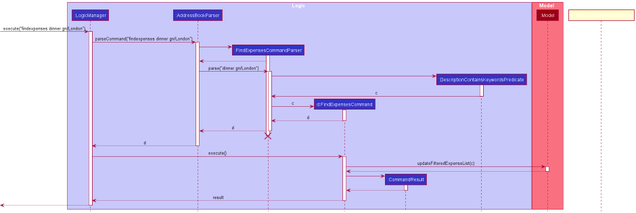
Before: docs/images/FindExpensesSequenceDiagram.png, a diagram exported from PlantUML (ramapriyan912001/tp). Its diagram source:
```plantuml
@startuml
!include style.puml

box Logic LOGIC_COLOR_T1
participant ":LogicManager" as LogicManager LOGIC_COLOR
participant ":AddressBookParser" as AddressBookParser LOGIC_COLOR
participant ":FindExpensesCommandParser" as FindExpensesCommandParser LOGIC_COLOR
participant "d:FindExpensesCommand" as FindExpensesCommand LOGIC_COLOR
participant ":CommandResult" as CommandResult LOGIC_COLOR
participant ":DescriptionContainsKeywordsPredicate" as DescriptionContainsKeywordsPredicate LOGIC_COLOR
end box

box Model MODEL_COLOR_T1
participant ":Model" as Model MODEL_COLOR
end box

[-> LogicManager : execute("findexpenses dinner gn/London")
activate LogicManager

LogicManager -> AddressBookParser : parseCommand("findexpenses dinner gn/London")
activate AddressBookParser

create FindExpensesCommandParser
AddressBookParser -> FindExpensesCommandParser
activate FindExpensesCommandParser

FindExpensesCommandParser --> AddressBookParser
deactivate FindGroupsCommandParser

AddressBookParser -> FindExpensesCommandParser : parse("dinner gn/London")
activate FindExpensesCommandParser

create DescriptionContainsKeywordsPredicate
FindExpensesCommandParser ->DescriptionContainsKeywordsPredicate
activate DescriptionContainsKeywordsPredicate

DescriptionContainsKeywordsPredicate -> FindExpensesCommandParser : c
deactivate DescriptionContainsKeywordsPredicate

create FindExpensesCommand
FindExpensesCommandParser -> FindExpensesCommand : c
activate FindExpensesCommand

FindExpensesCommand --> FindExpensesCommandParser : d
deactivate FindExpensesCommand

FindExpensesCommandParser --> AddressBookParser : d
deactivate FindExpensesCommandParser
FindExpensesCommandParser -[hidden]-> AddressBookParser
destroy FindExpensesCommandParser

AddressBookParser --> LogicManager : d
deactivate AddressBookParser

LogicManager -> FindExpensesCommand : execute()
activate FindExpensesCommand

FindExpensesCommand -> Model : updateFilteredExpenseList(c)
activate Model

Model --> FindExpensesCommand
deactivate Model

create CommandResult
FindExpensesCommand -> CommandResult
activate CommandResult

CommandResult --> FindExpensesCommand
deactivate CommandResult

FindExpensesCommand --> LogicManager : result
deactivate FindExpensesCommand

[<--LogicManager
deactivate LogicManager
@enduml
```
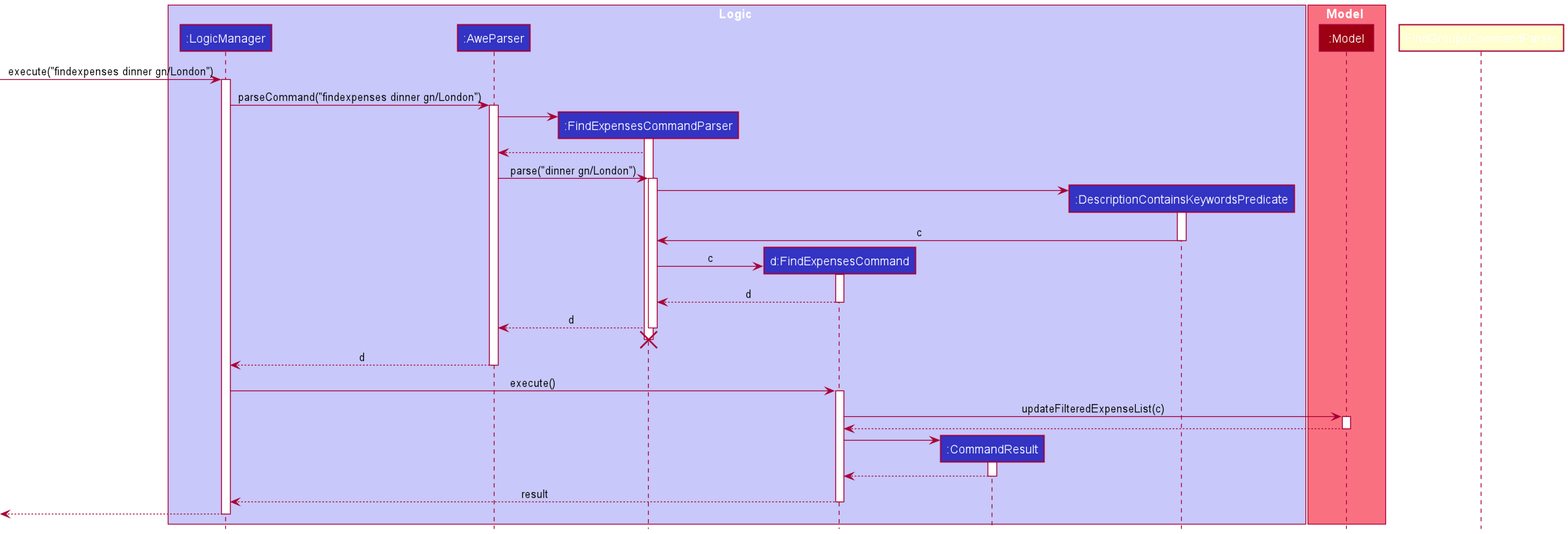
After the commit.

What changed in the source:
```diff
@@ -3,7 +3,7 @@
 
 box Logic LOGIC_COLOR_T1
 participant ":LogicManager" as LogicManager LOGIC_COLOR
-participant ":AddressBookParser" as AddressBookParser LOGIC_COLOR
+participant ":AweParser" as AweParser LOGIC_COLOR
 participant ":FindExpensesCommandParser" as FindExpensesCommandParser LOGIC_COLOR
 participant "d:FindExpensesCommand" as FindExpensesCommand LOGIC_COLOR
 participant ":CommandResult" as CommandResult LOGIC_COLOR
@@ -17,17 +17,17 @@
 [-> LogicManager : execute("findexpenses dinner gn/London")
 activate LogicManager
 
-LogicManager -> AddressBookParser : parseCommand("findexpenses dinner gn/London")
-activate AddressBookParser
+LogicManager -> AweParser : parseCommand("findexpenses dinner gn/London")
+activate AweParser
 
 create FindExpensesCommandParser
-AddressBookParser -> FindExpensesCommandParser
+AweParser -> FindExpensesCommandParser
 activate FindExpensesCommandParser
 
-FindExpensesCommandParser --> AddressBookParser
+FindExpensesCommandParser --> AweParser
 deactivate FindGroupsCommandParser
 
-AddressBookParser -> FindExpensesCommandParser : parse("dinner gn/London")
+AweParser -> FindExpensesCommandParser : parse("dinner gn/London")
 activate FindExpensesCommandParser
 
 create DescriptionContainsKeywordsPredicate
@@ -44,13 +44,13 @@
 FindExpensesCommand --> FindExpensesCommandParser : d
 deactivate FindExpensesCommand
 
-FindExpensesCommandParser --> AddressBookParser : d
+FindExpensesCommandParser --> AweParser : d
 deactivate FindExpensesCommandParser
-FindExpensesCommandParser -[hidden]-> AddressBookParser
+FindExpensesCommandParser -[hidden]-> AweParser
 destroy FindExpensesCommandParser
 
-AddressBookParser --> LogicManager : d
-deactivate AddressBookParser
+AweParser --> LogicManager : d
+deactivate AweParser
 
 LogicManager -> FindExpensesCommand : execute()
 activate FindExpensesCommand
```
